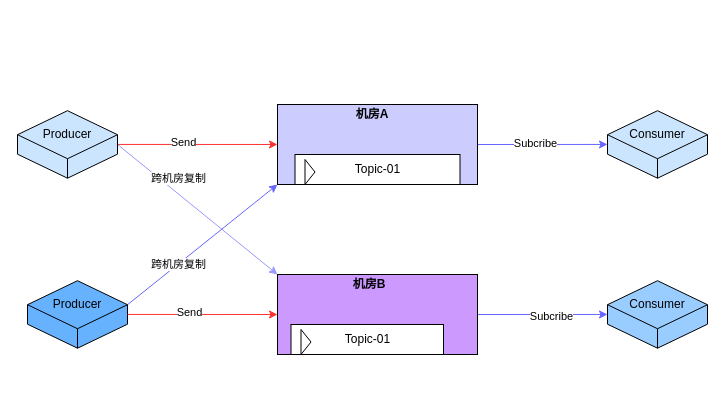
yongliangcode/diagram keeps this draw.io diagram as 跨机房复制.drawio. Above is the earlier version. Source tidied: cells renumbered, new cells numbered last; positions are measured from the earlier drawing's top-left corner, leaving out a move shared by most shapes. Both pictures are drawn from the tidied source at 100%, with x=0, y=0 at pixel (17, 104).
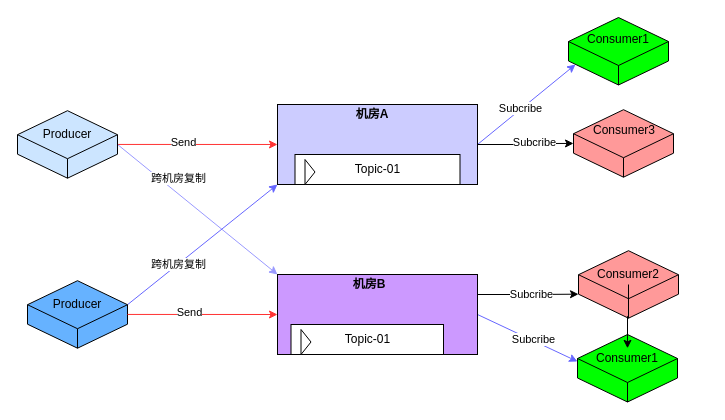
The same page after the edit.

Commit message:
Update 跨机房复制问题.drawio

The change refers to these unchanged cells:
```xml
<mxCell id="4" style="rounded=0;whiteSpace=wrap;html=1;fillColor=#CCCCFF;" parent="1" vertex="1">
  <mxGeometry x="260" width="200" height="80" as="geometry" />
</mxCell>
<mxCell id="7" style="rounded=0;whiteSpace=wrap;html=1;fillColor=#CC99FF;" parent="1" vertex="1">
  <mxGeometry x="260" y="170" width="200" height="80" as="geometry" />
</mxCell>
```

Change to the diagram source:
```diff
@@
-    <mxCell id="2" style="edgeStyle=none;rounded=0;jettySize=auto;html=1;exitX=1;exitY=0.5;exitDx=0;exitDy=0;entryX=0;entryY=0.5;entryDx=0;entryDy=0;entryPerimeter=0;strokeColor=#6666FF;" parent="1" edge="1" source="4" target="26">
+    <mxCell id="2" style="edgeStyle=none;rounded=0;jettySize=auto;html=1;exitX=1;exitY=0.5;exitDx=0;exitDy=0;entryX=0.07;entryY=0.696;entryDx=0;entryDy=0;entryPerimeter=0;strokeColor=#6666FF;" parent="1" edge="1" source="4" target="26">
       <mxGeometry relative="1" as="geometry" />
     </mxCell>
@@
+    <mxCell id="30" style="edgeStyle=orthogonalEdgeStyle;rounded=0;jettySize=auto;html=1;exitX=1;exitY=0.5;exitDx=0;exitDy=0;entryX=0;entryY=0.5;entryDx=0;entryDy=0;entryPerimeter=0;" parent="1" edge="1" source="4" target="37">
+      <mxGeometry relative="1" as="geometry" />
+    </mxCell>
+    <mxCell id="31" value="Subcribe" style="edgeLabel;html=1;align=center;verticalAlign=middle;" parent="30" vertex="1">
+      <mxGeometry x="-0.13" y="-4" relative="1" as="geometry">
+        <mxPoint x="14" y="-6.8" as="offset" />
+      </mxGeometry>
+    </mxCell>
@@
-    <mxCell id="5" style="edgeStyle=none;rounded=0;jettySize=auto;html=1;exitX=1;exitY=0.5;exitDx=0;exitDy=0;strokeColor=#6666FF;" parent="1" edge="1" source="7" target="27">
-      <mxGeometry relative="1" as="geometry" />
+    <mxCell id="5" style="edgeStyle=none;rounded=0;jettySize=auto;html=1;exitX=1;exitY=0.5;exitDx=0;exitDy=0;strokeColor=#6666FF;" parent="1" edge="1" source="7">
+      <mxGeometry relative="1" as="geometry">
+        <mxPoint x="560" y="257" as="targetPoint" />
+      </mxGeometry>
     </mxCell>
     <mxCell id="6" value="Subcribe" style="edgeLabel;html=1;align=center;verticalAlign=middle;" parent="5" vertex="1">
-      <mxGeometry x="0.12" y="-2" relative="1" as="geometry" />
+      <mxGeometry x="0.12" y="-2" relative="1" as="geometry">
+        <mxPoint y="-3.2" as="offset" />
+      </mxGeometry>
     </mxCell>
+    <mxCell id="32" style="edgeStyle=orthogonalEdgeStyle;rounded=0;jettySize=auto;html=1;exitX=1;exitY=0.25;exitDx=0;exitDy=0;entryX=0;entryY=0;entryDx=0;entryDy=43.4921240919884;entryPerimeter=0;" parent="1" edge="1" source="7" target="34">
+      <mxGeometry relative="1" as="geometry" />
+    </mxCell>
+    <mxCell id="33" value="Subcribe" style="edgeLabel;html=1;align=center;verticalAlign=middle;" parent="32" vertex="1">
+      <mxGeometry x="0.06" relative="1" as="geometry" />
+    </mxCell>
@@
-    <mxCell id="26" style="whiteSpace=wrap;html=1;shape=mxgraph.basic.isocube;isoAngle=15;fillColor=#CCE5FF;" parent="1" vertex="1">
-      <mxGeometry x="590" y="6.2" width="100" height="67.5" as="geometry" />
+    <mxCell id="26" style="whiteSpace=wrap;html=1;shape=mxgraph.basic.isocube;isoAngle=15;fillColor=#00FF00;" parent="1" vertex="1">
+      <mxGeometry x="551" y="-87" width="100" height="67.5" as="geometry" />
     </mxCell>
-    <mxCell id="27" style="whiteSpace=wrap;html=1;shape=mxgraph.basic.isocube;isoAngle=15;fillColor=#99CCFF;" parent="1" vertex="1">
-      <mxGeometry x="590" y="176.2" width="100" height="67.5" as="geometry" />
+    <mxCell id="27" style="whiteSpace=wrap;html=1;shape=mxgraph.basic.isocube;isoAngle=15;fillColor=#00FF00;" parent="1" vertex="1">
+      <mxGeometry x="560" y="230" width="100" height="67.5" as="geometry" />
     </mxCell>
-    <mxCell id="28" value="Consumer" style="text;html=1;strokeColor=none;fillColor=none;align=center;verticalAlign=middle;whiteSpace=wrap;rounded=0;" parent="1" vertex="1">
-      <mxGeometry x="620" y="20" width="40" height="20" as="geometry" />
+    <mxCell id="28" value="Consumer1" style="text;html=1;strokeColor=none;fillColor=none;align=center;verticalAlign=middle;whiteSpace=wrap;rounded=0;" parent="1" vertex="1">
+      <mxGeometry x="581" y="-77" width="40" height="23.8" as="geometry" />
     </mxCell>
-    <mxCell id="29" value="Consumer" style="text;html=1;strokeColor=none;fillColor=none;align=center;verticalAlign=middle;whiteSpace=wrap;rounded=0;" parent="1" vertex="1">
-      <mxGeometry x="620" y="190" width="40" height="20" as="geometry" />
+    <mxCell id="29" value="Consumer1" style="text;html=1;strokeColor=none;fillColor=none;align=center;verticalAlign=middle;whiteSpace=wrap;rounded=0;" parent="1" vertex="1">
+      <mxGeometry x="590" y="243.8" width="40" height="20" as="geometry" />
     </mxCell>
+    <mxCell id="34" style="whiteSpace=wrap;html=1;shape=mxgraph.basic.isocube;isoAngle=15;fillColor=#FF9999;" parent="1" vertex="1">
+      <mxGeometry x="561" y="146.2" width="100" height="67.5" as="geometry" />
+    </mxCell>
+    <mxCell id="35" style="edgeStyle=orthogonalEdgeStyle;rounded=0;jettySize=auto;html=1;" parent="1" edge="1" source="36" target="29">
+      <mxGeometry relative="1" as="geometry" />
+    </mxCell>
+    <mxCell id="36" value="Consumer2" style="text;html=1;strokeColor=none;fillColor=none;align=center;verticalAlign=middle;whiteSpace=wrap;rounded=0;" parent="1" vertex="1">
+      <mxGeometry x="591" y="160" width="40" height="20" as="geometry" />
+    </mxCell>
+    <mxCell id="37" style="whiteSpace=wrap;html=1;shape=mxgraph.basic.isocube;isoAngle=15;fillColor=#FF9999;" parent="1" vertex="1">
+      <mxGeometry x="556" y="5.2" width="100" height="67.5" as="geometry" />
+    </mxCell>
+    <mxCell id="38" value="Consumer3" style="text;html=1;strokeColor=none;fillColor=none;align=center;verticalAlign=middle;whiteSpace=wrap;rounded=0;" parent="1" vertex="1">
+      <mxGeometry x="587" y="16.2" width="40" height="20" as="geometry" />
+    </mxCell>
```
